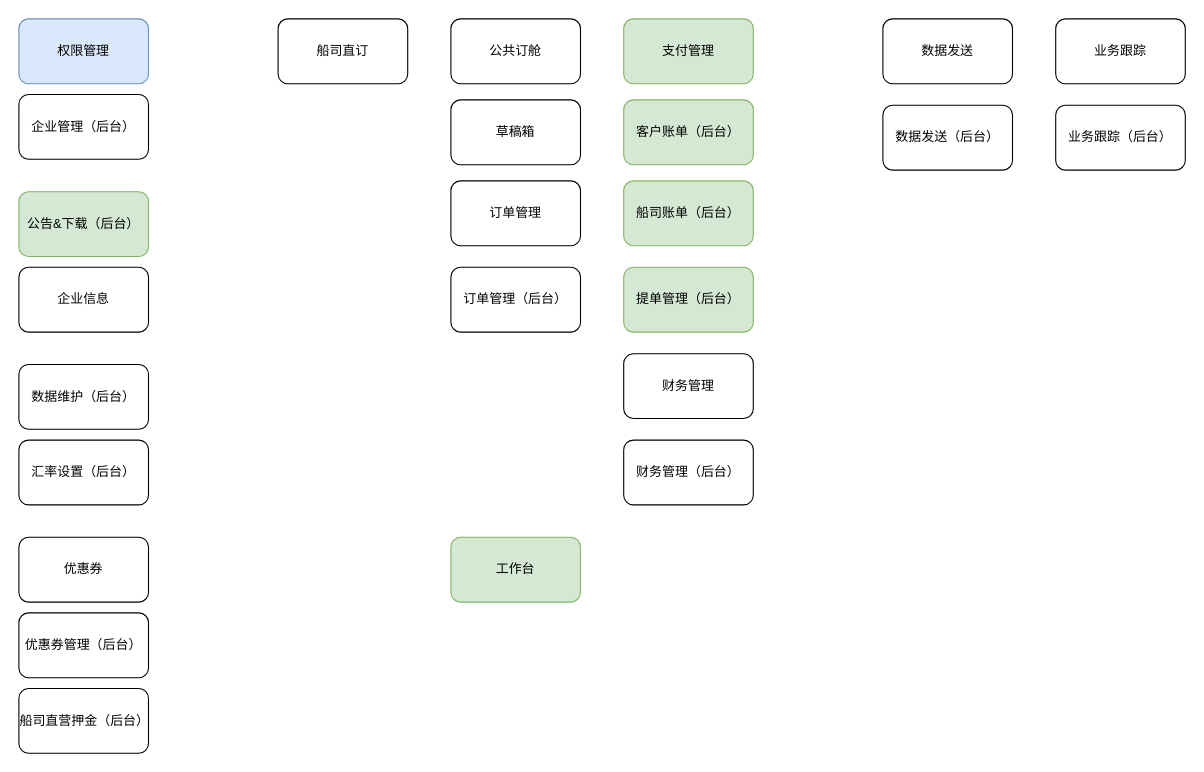
The draw.io diagram booking/开发模块.drawio in caixuecheng/track-drawio, before the edit. Source tidied: cells renumbered, new cells numbered last; positions are measured from the earlier drawing's top-left corner, leaving out a move shared by most shapes. Both pictures are drawn from the tidied source at 108%, with x=0, y=0 at pixel (18, 18).
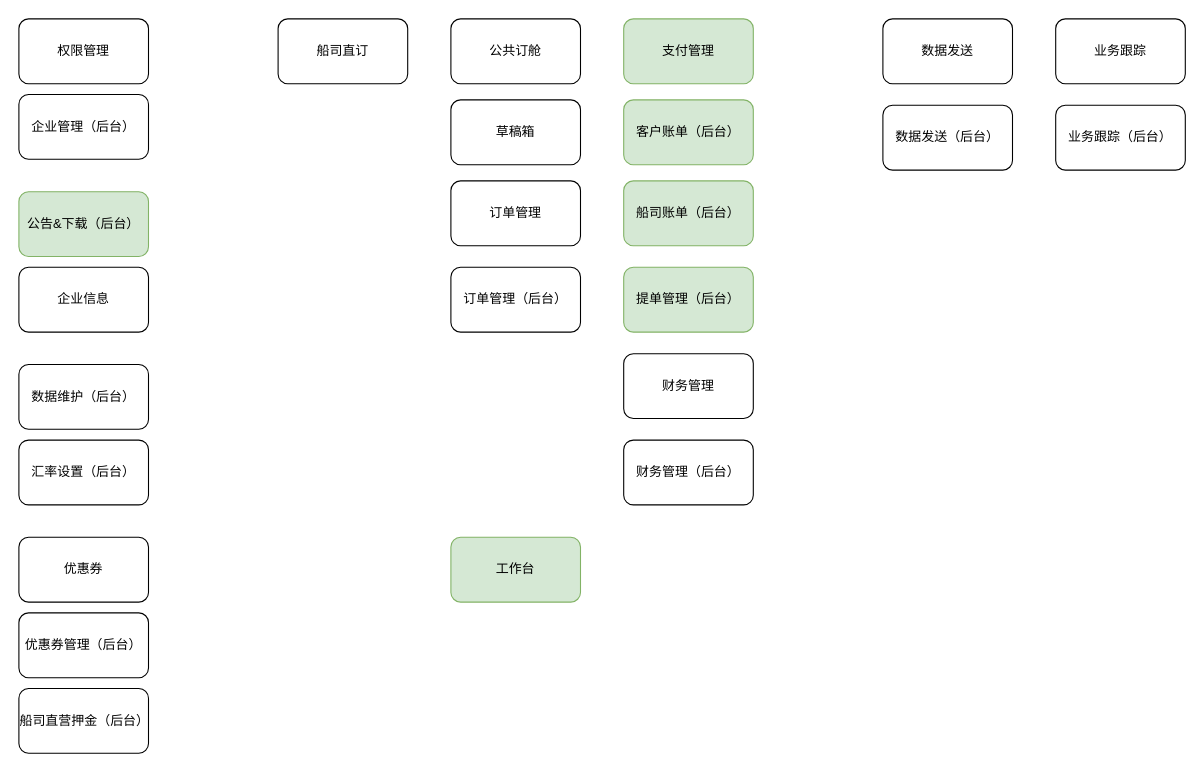
The same diagram, later.

Diff of the diagram source:
```diff
@@
-    <mxCell id="2" value="&lt;span&gt;权限管理&lt;/span&gt;" style="rounded=1;whiteSpace=wrap;html=1;fillColor=#dae8fc;strokeColor=#6c8ebf;" parent="1" vertex="1">
+    <mxCell id="2" value="&lt;span&gt;权限管理&lt;/span&gt;" style="rounded=1;whiteSpace=wrap;html=1;" parent="1" vertex="1">
       <mxGeometry width="120" height="60" as="geometry" />
     </mxCell>
```
